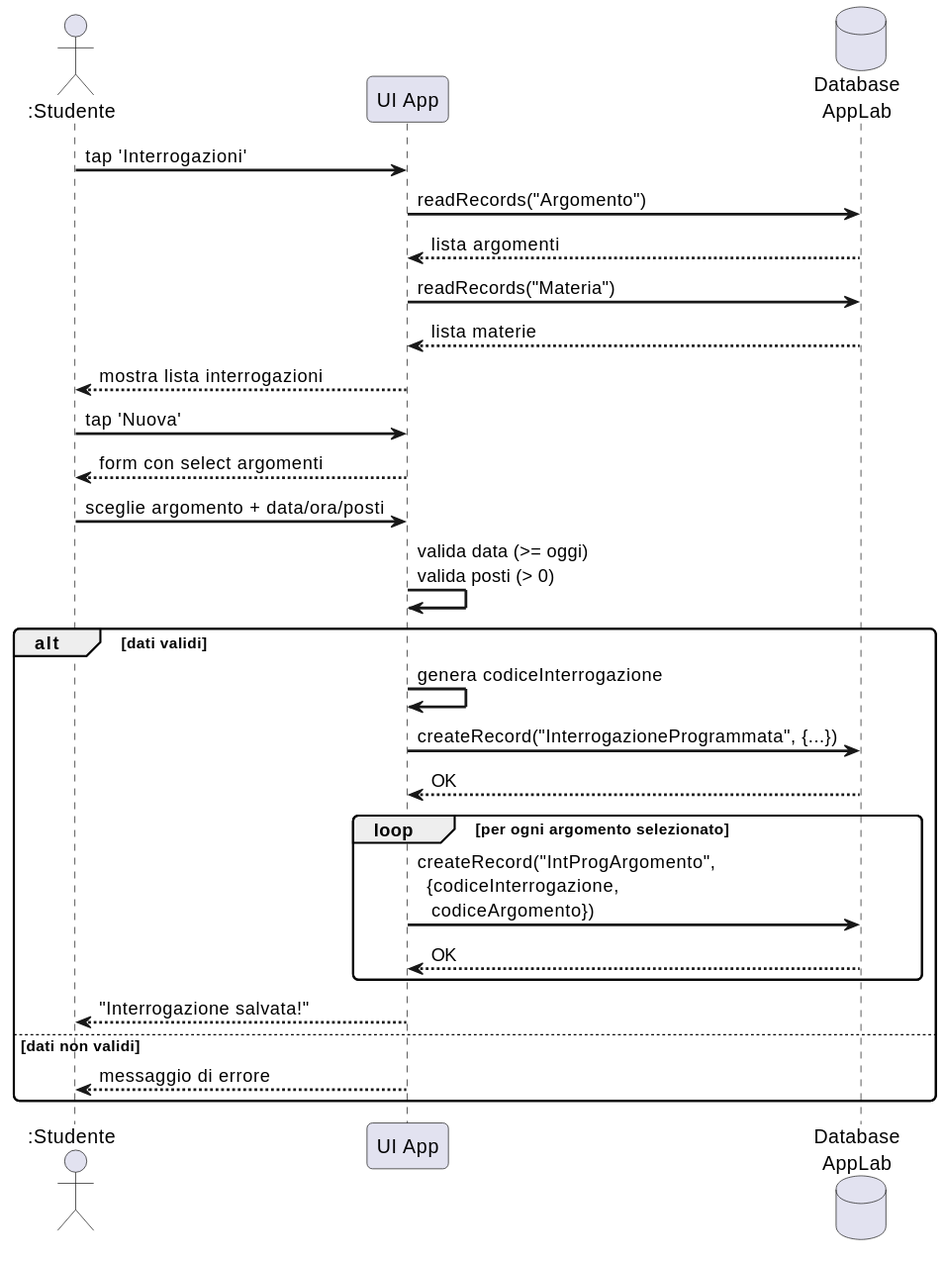
This is images/sd-inserimento-interrogazione.svg from gionatamassibenincasa/study-together, a PlantUML export, as it was before one commit.
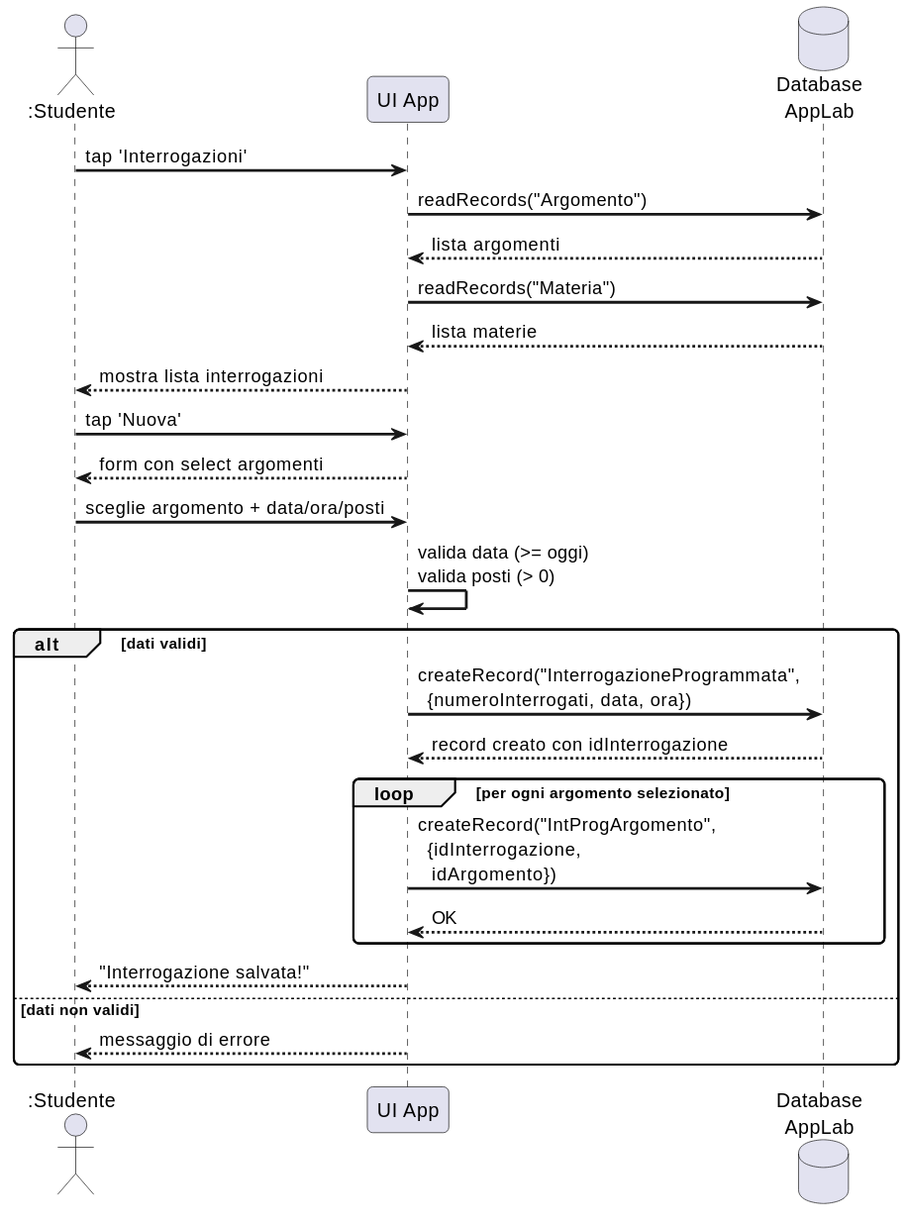
After the change.

Diff of the diagram source:
```diff
@@ -22,11 +22,10 @@
 UI -> UI : valida data (>= oggi)\nvalida posti (> 0)
 
 alt dati validi
-  UI -> UI : genera codiceInterrogazione
-  UI -> DB : createRecord("InterrogazioneProgrammata", {...})
-  DB --> UI : OK
+  UI -> DB : createRecord("InterrogazioneProgrammata",\n  {numeroInterrogati, data, ora})
+  DB --> UI : record creato con idInterrogazione
   loop per ogni argomento selezionato
-    UI -> DB : createRecord("IntProgArgomento",\n  {codiceInterrogazione,\n   codiceArgomento})
+    UI -> DB : createRecord("IntProgArgomento",\n  {idInterrogazione,\n   idArgomento})
     DB --> UI : OK
   end
   UI --> S : "Interrogazione salvata!"
```
